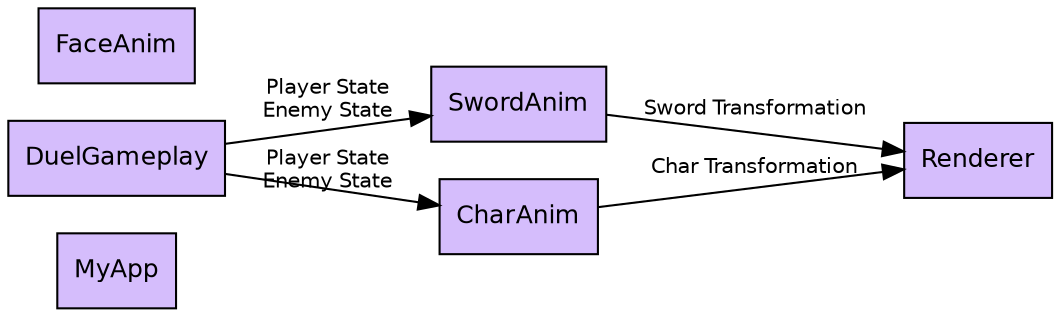
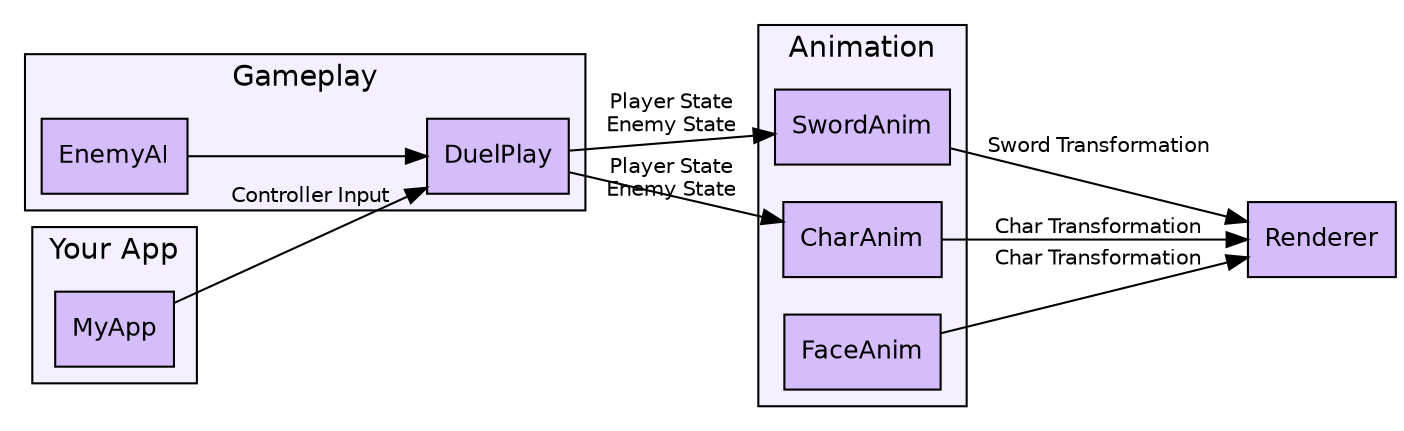
digraph call_graph {
    compound=true
    newrank=true
    graph [rankdir=LR, splines=line, fontname="Helvetica"]
    node  [fontname="Helvetica", fontsize=12, style=filled]
    edge  [fontname="Helvetica", fontsize=10]

-     MyApp    [label="MyApp", shape=box, fillcolor="#d5bdfc"]
+     Renderer   [label="Renderer", shape=box, fillcolor="#d5bdfc"]
+     subgraph cluster_App {
+         label="Your App"
+         style=filled
+         fillcolor="#f5f0ff"
+         MyApp    [label="MyApp", shape=box, fillcolor="#d5bdfc"]
+     }
+     subgraph cluster_Gameplay {
+         label="Gameplay"
+         style=filled
+         fillcolor="#f5f0ff"
+         DuelPlay    [label="DuelPlay", shape=box, fillcolor="#d5bdfc"]
+         EnemyAI    [label="EnemyAI", shape=box, fillcolor="#d5bdfc"]
+         EnemyAI -> DuelPlay
+     }
+     subgraph cluster_Animation {
+         label="Animation"
+         style=filled
+         fillcolor="#f5f0ff"
+         SwordAnim    [label="SwordAnim", shape=box, fillcolor="#d5bdfc"]
+         CharAnim    [label="CharAnim", shape=box, fillcolor="#d5bdfc"]
+         FaceAnim    [label="FaceAnim", shape=box, fillcolor="#d5bdfc"]
+     }

-     DuelGameplay    [label="DuelGameplay", shape=box, fillcolor="#d5bdfc"]
-     SwordAnim    [label="SwordAnim", shape=box, fillcolor="#d5bdfc"]
-     CharAnim    [label="CharAnim", shape=box, fillcolor="#d5bdfc"]
-     FaceAnim    [label="FaceAnim", shape=box, fillcolor="#d5bdfc"]
-     Renderer   [label="Renderer", shape=box, fillcolor="#d5bdfc"]
- 
-     DuelGameplay -> SwordAnim [label="Player State\nEnemy State"];
-     DuelGameplay -> CharAnim [label="Player State\nEnemy State"];
+     MyApp -> DuelPlay [label="Controller Input"];
+     DuelPlay -> SwordAnim [label="Player State\nEnemy State"];
+     DuelPlay -> CharAnim [label="Player State\nEnemy State"];
    SwordAnim -> Renderer [label="Sword Transformation"];
    CharAnim -> Renderer [label="Char Transformation"];
+     FaceAnim -> Renderer [label="Char Transformation"];
}